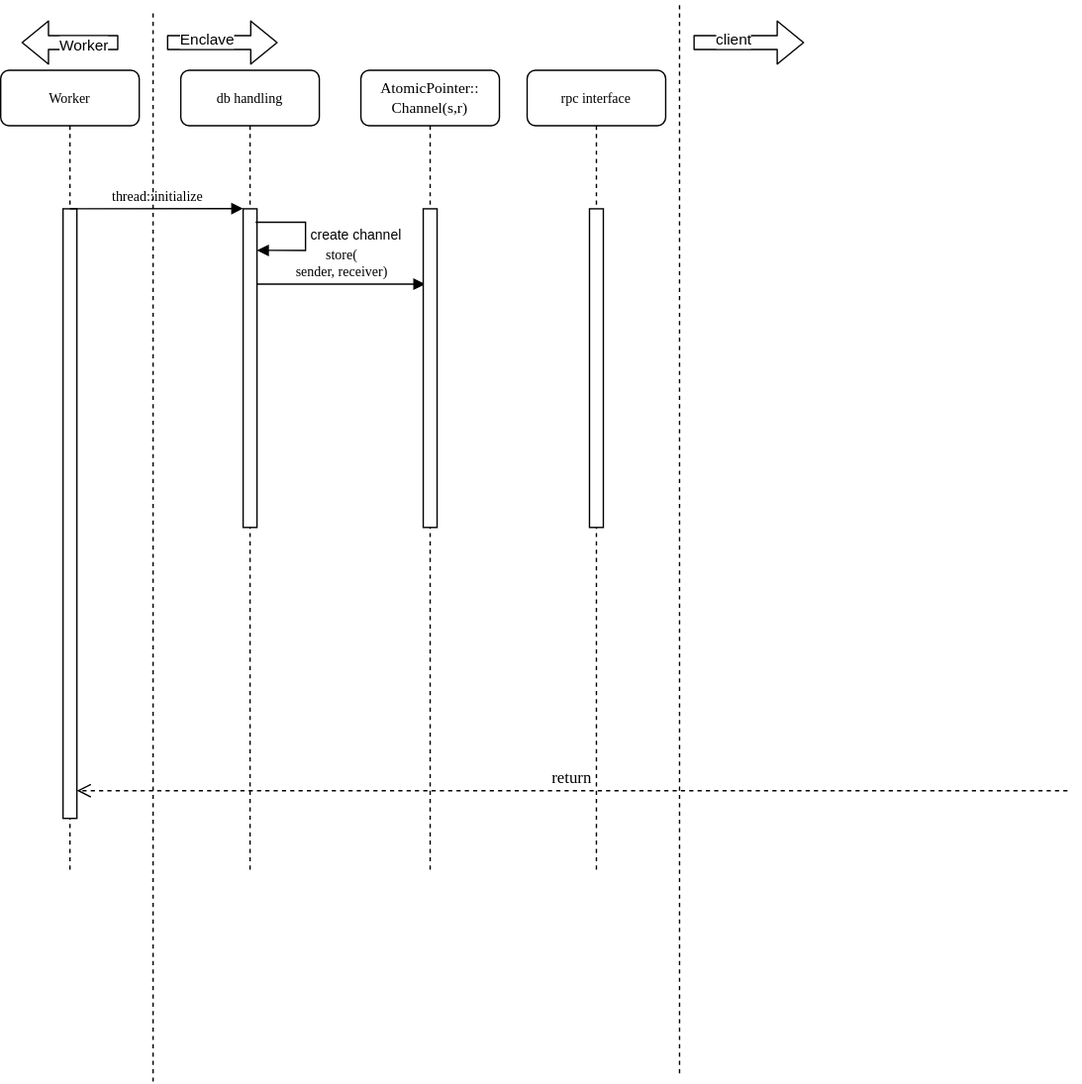
This is database_thread.svg from haerdib/substraTEE_diagramms, a draw.io export, as it was before one commit. Source tidied: cells renumbered, new cells last; positions are measured from the earlier drawing's top-left corner, leaving out a move shared by most shapes.
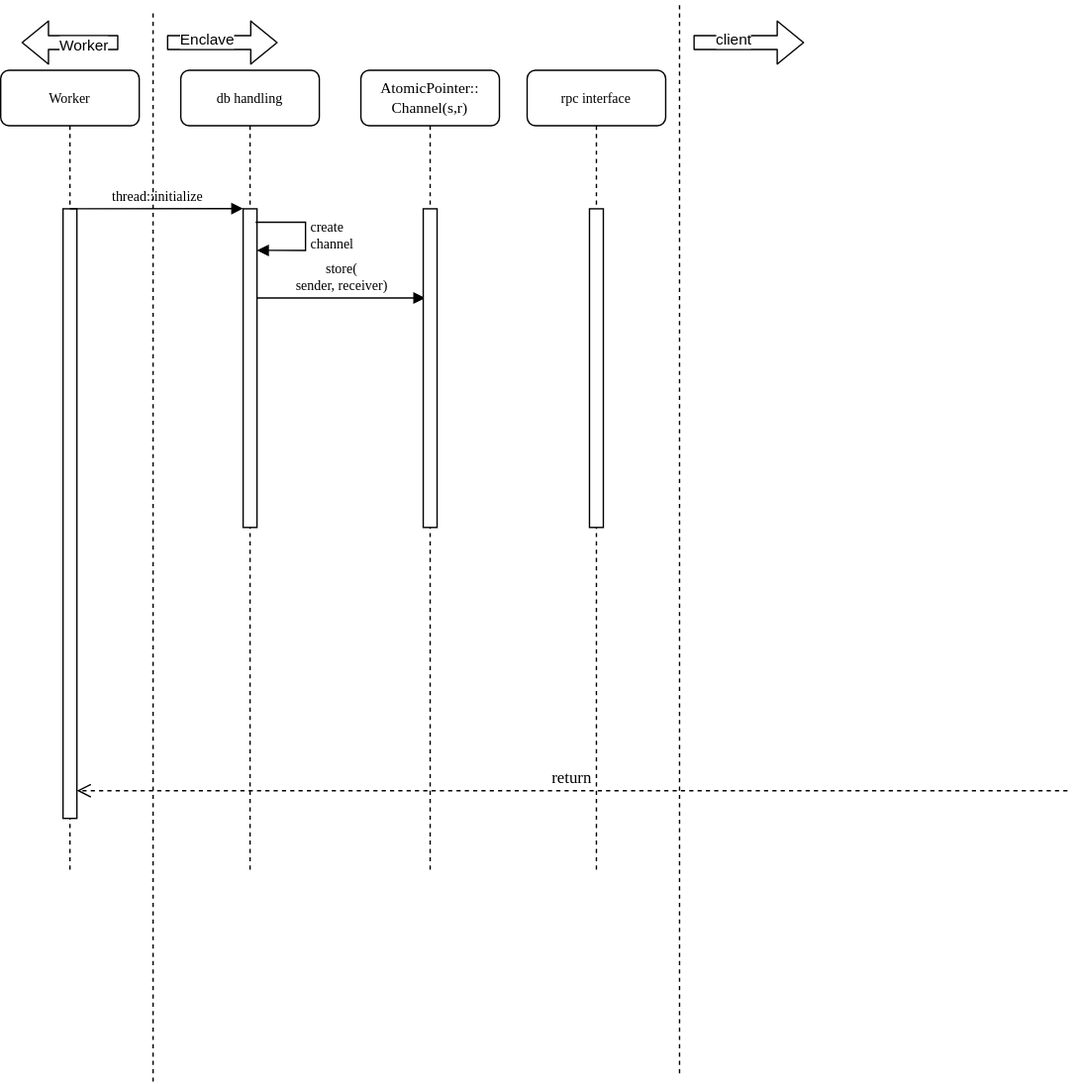
Later version of the same file.

Diff of the diagram source:
```diff
@@ -8,7 +8,7 @@
     <mxCell id="3" style="html=1;points=[];perimeter=orthogonalPerimeter;rounded=0;shadow=0;comic=0;labelBackgroundColor=none;strokeWidth=1;fontFamily=Verdana;fontSize=12;align=center;" parent="2" vertex="1">
       <mxGeometry x="45" y="100" width="10" height="230" as="geometry" />
     </mxCell>
-    <mxCell id="4" value="&lt;div style=&quot;font-size: 10px&quot;&gt;&lt;font style=&quot;font-size: 10px&quot;&gt;create channel&lt;/font&gt;&lt;/div&gt;" style="edgeStyle=orthogonalEdgeStyle;html=1;align=left;spacingLeft=2;endArrow=block;rounded=0;exitX=0.9;exitY=0.129;exitDx=0;exitDy=0;exitPerimeter=0;" parent="2" edge="1">
+    <mxCell id="4" value="&lt;div style=&quot;font-size: 10px&quot;&gt;&lt;font style=&quot;font-size: 10px&quot; face=&quot;Verdana&quot;&gt;create &lt;br&gt;&lt;/font&gt;&lt;/div&gt;&lt;div style=&quot;font-size: 10px&quot;&gt;&lt;font style=&quot;font-size: 10px&quot; face=&quot;Verdana&quot;&gt;channel&lt;/font&gt;&lt;/div&gt;" style="edgeStyle=orthogonalEdgeStyle;html=1;align=left;spacingLeft=2;endArrow=block;rounded=0;exitX=0.9;exitY=0.129;exitDx=0;exitDy=0;exitPerimeter=0;" parent="2" edge="1">
       <mxGeometry relative="1" as="geometry">
         <mxPoint x="54" y="109.7" as="sourcePoint" />
         <mxPoint x="55" y="130" as="targetPoint" />
@@ -26,8 +26,8 @@
     </mxCell>
     <mxCell id="7" value="&lt;div style=&quot;font-size: 10px&quot;&gt;&lt;font style=&quot;font-size: 10px&quot;&gt;store(&lt;/font&gt;&lt;/div&gt;&lt;div style=&quot;font-size: 10px&quot;&gt;&lt;font style=&quot;font-size: 10px&quot;&gt;sender, receiver)&lt;/font&gt;&lt;/div&gt;" style="html=1;verticalAlign=bottom;endArrow=block;entryX=0.143;entryY=0.193;labelBackgroundColor=none;fontFamily=Verdana;fontSize=12;entryDx=0;entryDy=0;entryPerimeter=0;" parent="1" edge="1">
       <mxGeometry relative="1" as="geometry">
-        <mxPoint x="185" y="204.4" as="sourcePoint" />
-        <mxPoint x="306.4" y="204.4" as="targetPoint" />
+        <mxPoint x="185" y="214.4" as="sourcePoint" />
+        <mxPoint x="306.4" y="214.4" as="targetPoint" />
       </mxGeometry>
     </mxCell>
     <mxCell id="8" value="return" style="html=1;verticalAlign=bottom;endArrow=open;dashed=1;endSize=8;labelBackgroundColor=none;fontFamily=Verdana;fontSize=12;edgeStyle=elbowEdgeStyle;elbow=vertical;" parent="1" edge="1" target="6">
```
